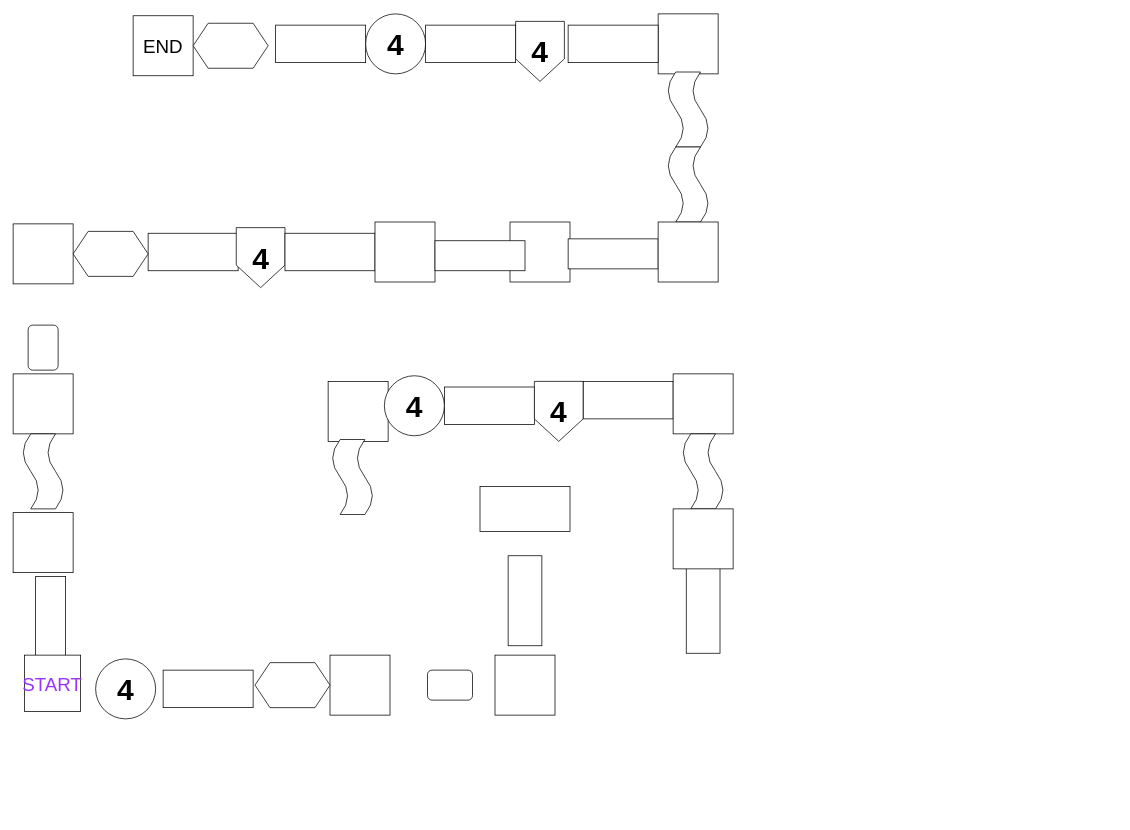
The draw.io diagram Level Design/Level_4.drawio in CrystalxBlade/Sky-Ball, before the edit. Source tidied: cells renumbered, new cells numbered last; positions are measured from the earlier drawing's top-left corner, leaving out a move shared by most shapes. Both pictures are drawn from the tidied source at 75%, with x=0, y=0 at pixel (5, 14).
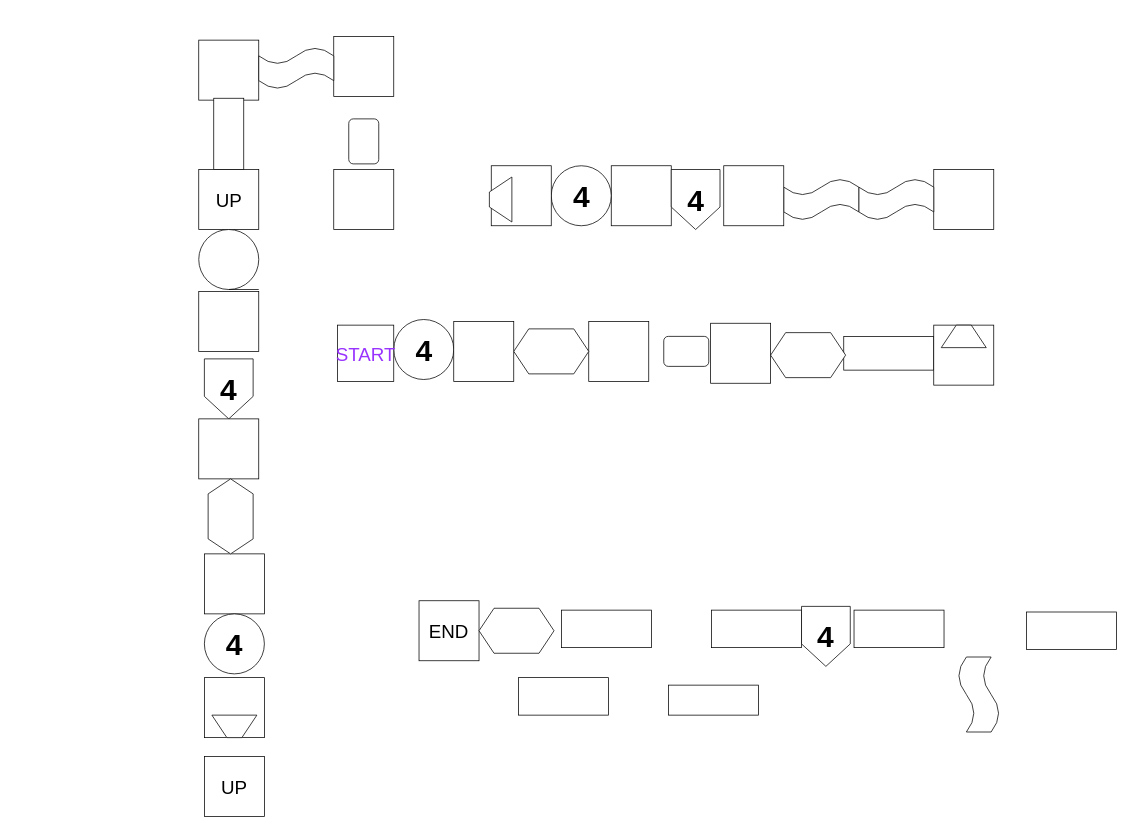
The same diagram, later.

The edit, as a diff of the source:
```diff
@@
-    <mxCell id="2" style="rounded=0;whiteSpace=wrap;html=1;fillColor=light-dark(#FFFFFF,#FFCC99);" parent="1" vertex="1">
-      <mxGeometry x="632.5" y="630" width="120" height="60" as="geometry" />
-    </mxCell>
-    <mxCell id="3" style="rounded=0;whiteSpace=wrap;html=1;fillColor=light-dark(#FFFFFF,#CCCCCC);rotation=90;" parent="1" vertex="1">
-      <mxGeometry x="632.5" y="760" width="120" height="45" as="geometry" />
+    <mxCell id="3" style="rounded=0;whiteSpace=wrap;html=1;fillColor=light-dark(#FFFFFF,#CCCCCC);rotation=0;" parent="1" vertex="1">
+      <mxGeometry x="1117.5" y="430" width="120" height="45" as="geometry" />
     </mxCell>
-    <mxCell id="4" style="rounded=0;whiteSpace=wrap;html=1;fillColor=light-dark(#FFFFFF,#FFCC99);" parent="1" vertex="1">
-      <mxGeometry x="585" y="497.5" width="120" height="50" as="geometry" />
-    </mxCell>
     <mxCell id="5" style="whiteSpace=wrap;html=1;fillColor=light-dark(#FFFFFF,#FFCC99);" parent="1" vertex="1">
-      <mxGeometry x="430" y="490" width="80" height="80" as="geometry" />
+      <mxGeometry x="807.5" y="202.5" width="80" height="80" as="geometry" />
     </mxCell>
     <mxCell id="6" style="rounded=0;whiteSpace=wrap;html=1;fillColor=light-dark(#FFFFFF,#FFCC99);" parent="1" vertex="1">
-      <mxGeometry x="770" y="490" width="120" height="50" as="geometry" />
+      <mxGeometry x="1361.2" y="797.5" width="120" height="50" as="geometry" />
     </mxCell>
     <mxCell id="7" style="whiteSpace=wrap;html=1;fillColor=light-dark(#FFFFFF,#FFCC99);" parent="1" vertex="1">
-      <mxGeometry x="890" y="480" width="80" height="80" as="geometry" />
+      <mxGeometry x="1237.5" y="207.5" width="80" height="80" as="geometry" />
     </mxCell>
-    <mxCell id="8" style="rounded=0;whiteSpace=wrap;html=1;fillColor=light-dark(#FFFFFF,#CCCCCC);rotation=90;" parent="1" vertex="1">
-      <mxGeometry x="870" y="770" width="120" height="45" as="geometry" />
-    </mxCell>
     <mxCell id="9" value="&lt;h1&gt;4&lt;/h1&gt;" style="shape=offPageConnector;whiteSpace=wrap;html=1;fillColor=light-dark(#FFFFFF,#4D4D4D);fontSize=20;" parent="1" vertex="1">
-      <mxGeometry x="705" y="490" width="65" height="80" as="geometry" />
+      <mxGeometry x="887.5" y="207.5" width="65" height="80" as="geometry" />
     </mxCell>
     <mxCell id="10" style="whiteSpace=wrap;html=1;fillColor=light-dark(#FFFFFF,#FFCC99);" parent="1" vertex="1">
-      <mxGeometry x="432.5" y="855" width="80" height="80" as="geometry" />
+      <mxGeometry x="777.5" y="410" width="80" height="80" as="geometry" />
     </mxCell>
-    <mxCell id="11" style="rounded=0;whiteSpace=wrap;html=1;fillColor=light-dark(#FFFFFF,#FFCC99);" parent="1" vertex="1">
-      <mxGeometry x="210" y="875" width="120" height="50" as="geometry" />
-    </mxCell>
     <mxCell id="12" value="4" style="ellipse;whiteSpace=wrap;html=1;fillColor=light-dark(#FFFFFF,#CCCCFF);fontSize=40;fontStyle=1;fontColor=light-dark(#000000,#B266FF);labelBorderColor=none;" parent="1" vertex="1">
-      <mxGeometry x="120" y="860" width="80" height="80" as="geometry" />
+      <mxGeometry x="517.5" y="407.5" width="80" height="80" as="geometry" />
     </mxCell>
-    <mxCell id="13" style="rounded=0;whiteSpace=wrap;html=1;fillColor=light-dark(#FFFFFF,#CCCCCC);rotation=-90;" parent="1" vertex="1">
-      <mxGeometry y="790" width="120" height="40" as="geometry" />
-    </mxCell>
     <mxCell id="14" value="&lt;span style=&quot;color: rgb(153, 51, 255); font-size: 25px;&quot;&gt;START&lt;/span&gt;" style="whiteSpace=wrap;html=1;fillColor=light-dark(#FFFFFF,#FFCC99);" parent="1" vertex="1">
-      <mxGeometry x="25" y="855" width="75" height="75" as="geometry" />
+      <mxGeometry x="442.5" y="415" width="75" height="75" as="geometry" />
     </mxCell>
     <mxCell id="15" style="whiteSpace=wrap;html=1;fillColor=light-dark(#FFFFFF,#FFCC99);" parent="1" vertex="1">
-      <mxGeometry x="10" y="665" width="80" height="80" as="geometry" />
+      <mxGeometry x="437.5" y="207.5" width="80" height="80" as="geometry" />
     </mxCell>
-    <mxCell id="16" style="shape=tape;whiteSpace=wrap;html=1;rotation=90;fillColor=light-dark(#FFFFFF,#FF9933);" parent="1" vertex="1">
-      <mxGeometry x="412.5" y="590" width="100" height="55" as="geometry" />
+    <mxCell id="16" style="shape=tape;whiteSpace=wrap;html=1;rotation=0;fillColor=light-dark(#FFFFFF,#FF9933);" parent="1" vertex="1">
+      <mxGeometry x="1137.5" y="220" width="100" height="55" as="geometry" />
     </mxCell>
     <mxCell id="17" style="whiteSpace=wrap;html=1;fillColor=light-dark(#FFFFFF,#FFCC99);" parent="1" vertex="1">
-      <mxGeometry x="10" y="480" width="80" height="80" as="geometry" />
+      <mxGeometry x="437.5" y="30" width="80" height="80" as="geometry" />
     </mxCell>
     <mxCell id="18" style="rounded=1;whiteSpace=wrap;html=1;fillColor=light-dark(#FFFFFF,#FF99CC);rotation=-180;" parent="1" vertex="1">
-      <mxGeometry x="30" y="415" width="40" height="60" as="geometry" />
+      <mxGeometry x="457.5" y="140" width="40" height="60" as="geometry" />
     </mxCell>
     <mxCell id="19" style="whiteSpace=wrap;html=1;fillColor=light-dark(#FFFFFF,#FFCC99);" parent="1" vertex="1">
-      <mxGeometry x="10" y="280" width="80" height="80" as="geometry" />
+      <mxGeometry x="257.5" y="35" width="80" height="80" as="geometry" />
     </mxCell>
-    <mxCell id="20" style="shape=tape;whiteSpace=wrap;html=1;rotation=90;fillColor=light-dark(#FFFFFF,#FF9933);" parent="1" vertex="1">
-      <mxGeometry y="582.5" width="100" height="55" as="geometry" />
+    <mxCell id="20" style="shape=tape;whiteSpace=wrap;html=1;rotation=0;fillColor=light-dark(#FFFFFF,#FF9933);" parent="1" vertex="1">
+      <mxGeometry x="337.5" y="45" width="100" height="55" as="geometry" />
     </mxCell>
-    <mxCell id="21" style="rounded=0;whiteSpace=wrap;html=1;fillColor=light-dark(#FFFFFF,#FFCC99);" parent="1" vertex="1">
-      <mxGeometry x="190" y="292.5" width="120" height="50" as="geometry" />
-    </mxCell>
     <mxCell id="22" value="&lt;h1&gt;4&lt;/h1&gt;" style="shape=offPageConnector;whiteSpace=wrap;html=1;fillColor=light-dark(#FFFFFF,#4D4D4D);fontSize=20;" parent="1" vertex="1">
-      <mxGeometry x="307.5" y="285" width="65" height="80" as="geometry" />
+      <mxGeometry x="265" y="460" width="65" height="80" as="geometry" />
     </mxCell>
     <mxCell id="23" style="rounded=0;whiteSpace=wrap;html=1;fillColor=light-dark(#FFFFFF,#FFCC99);" parent="1" vertex="1">
-      <mxGeometry x="372.5" y="292.5" width="120" height="50" as="geometry" />
+      <mxGeometry x="683.8" y="885" width="120" height="50" as="geometry" />
     </mxCell>
     <mxCell id="24" style="whiteSpace=wrap;html=1;fillColor=light-dark(#FFFFFF,#FFCC99);" parent="1" vertex="1">
-      <mxGeometry x="492.5" y="277.5" width="80" height="80" as="geometry" />
+      <mxGeometry x="265" y="885" width="80" height="80" as="geometry" />
     </mxCell>
-    <mxCell id="25" style="whiteSpace=wrap;html=1;fillColor=light-dark(#FFFFFF,#FFCC99);" parent="1" vertex="1">
-      <mxGeometry x="672.5" y="277.5" width="80" height="80" as="geometry" />
+    <mxCell id="25" value="UP" style="whiteSpace=wrap;html=1;fillColor=light-dark(#FFFFFF,#FFCC99);fontSize=25;fontColor=light-dark(#000000,#6666FF);" parent="1" vertex="1">
+      <mxGeometry x="257.5" y="207.5" width="80" height="80" as="geometry" />
     </mxCell>
-    <mxCell id="26" style="rounded=0;whiteSpace=wrap;html=1;fillColor=light-dark(#FFFFFF,#CCCCCC);rotation=-180;" parent="1" vertex="1">
-      <mxGeometry x="750" y="300" width="120" height="40" as="geometry" />
+    <mxCell id="26" style="rounded=0;whiteSpace=wrap;html=1;fillColor=light-dark(#FFFFFF,#CCCCCC);rotation=90;" parent="1" vertex="1">
+      <mxGeometry x="250" y="140" width="95" height="40" as="geometry" />
     </mxCell>
     <mxCell id="27" style="whiteSpace=wrap;html=1;fillColor=light-dark(#FFFFFF,#FFCC99);" parent="1" vertex="1">
-      <mxGeometry x="870" width="80" height="80" as="geometry" />
+      <mxGeometry x="265" y="720" width="80" height="80" as="geometry" />
     </mxCell>
     <mxCell id="28" style="rounded=0;whiteSpace=wrap;html=1;fillColor=light-dark(#FFFFFF,#FFCC99);" parent="1" vertex="1">
-      <mxGeometry x="750" y="15" width="120" height="50" as="geometry" />
+      <mxGeometry x="1131.2" y="795" width="120" height="50" as="geometry" />
     </mxCell>
     <mxCell id="29" value="&lt;h1&gt;4&lt;/h1&gt;" style="shape=offPageConnector;whiteSpace=wrap;html=1;fillColor=light-dark(#FFFFFF,#4D4D4D);fontSize=20;" parent="1" vertex="1">
-      <mxGeometry x="680" y="10" width="65" height="80" as="geometry" />
+      <mxGeometry x="1061.2" y="790" width="65" height="80" as="geometry" />
     </mxCell>
     <mxCell id="30" value="4" style="ellipse;whiteSpace=wrap;html=1;fillColor=light-dark(#FFFFFF,#CCCCFF);fontSize=40;fontStyle=1;fontColor=light-dark(#000000,#B266FF);labelBorderColor=none;" parent="1" vertex="1">
-      <mxGeometry x="480" width="80" height="80" as="geometry" />
+      <mxGeometry x="265" y="800" width="80" height="80" as="geometry" />
     </mxCell>
     <mxCell id="31" style="rounded=0;whiteSpace=wrap;html=1;fillColor=light-dark(#FFFFFF,#FFCC99);" parent="1" vertex="1">
-      <mxGeometry x="560" y="15" width="120" height="50" as="geometry" />
+      <mxGeometry x="941.2" y="795" width="120" height="50" as="geometry" />
     </mxCell>
     <mxCell id="32" style="rounded=0;whiteSpace=wrap;html=1;fillColor=light-dark(#FFFFFF,#FFCC99);" parent="1" vertex="1">
-      <mxGeometry x="360" y="15" width="120" height="50" as="geometry" />
+      <mxGeometry x="741.2" y="795" width="120" height="50" as="geometry" />
     </mxCell>
     <mxCell id="33" value="&lt;font style=&quot;font-size: 25px; color: light-dark(rgb(0, 0, 0), rgb(153, 51, 255));&quot;&gt;END&lt;/font&gt;" style="rounded=0;whiteSpace=wrap;html=1;fillColor=light-dark(#FFFFFF,#FFCC99);" parent="1" vertex="1">
-      <mxGeometry x="170" y="2.5" width="80" height="80" as="geometry" />
+      <mxGeometry x="551.2" y="782.5" width="80" height="80" as="geometry" />
     </mxCell>
     <mxCell id="34" style="shape=hexagon;perimeter=hexagonPerimeter2;whiteSpace=wrap;html=1;fixedSize=1;fillColor=light-dark(#FFFFFF,#66FFB3);" parent="1" vertex="1">
-      <mxGeometry x="250" y="12.5" width="100" height="60" as="geometry" />
+      <mxGeometry x="631.2" y="792.5" width="100" height="60" as="geometry" />
     </mxCell>
-    <mxCell id="35" style="shape=tape;whiteSpace=wrap;html=1;rotation=90;fillColor=light-dark(#FFFFFF,#FF9933);" parent="1" vertex="1">
-      <mxGeometry x="860" y="100" width="100" height="55" as="geometry" />
-    </mxCell>
     <mxCell id="36" style="shape=tape;whiteSpace=wrap;html=1;rotation=90;fillColor=light-dark(#FFFFFF,#FF9933);" parent="1" vertex="1">
-      <mxGeometry x="860" y="200" width="100" height="55" as="geometry" />
+      <mxGeometry x="1247.5" y="880" width="100" height="55" as="geometry" />
     </mxCell>
     <mxCell id="37" style="whiteSpace=wrap;html=1;fillColor=light-dark(#FFFFFF,#FFCC99);" parent="1" vertex="1">
-      <mxGeometry x="870" y="277.5" width="80" height="80" as="geometry" />
+      <mxGeometry x="257.5" y="540" width="80" height="80" as="geometry" />
     </mxCell>
-    <mxCell id="38" style="shape=hexagon;perimeter=hexagonPerimeter2;whiteSpace=wrap;html=1;fixedSize=1;fillColor=light-dark(#FFFFFF,#66FFB3);" parent="1" vertex="1">
-      <mxGeometry x="90" y="290" width="100" height="60" as="geometry" />
+    <mxCell id="38" style="shape=hexagon;perimeter=hexagonPerimeter2;whiteSpace=wrap;html=1;fixedSize=1;fillColor=light-dark(#FFFFFF,#66FFB3);rotation=90;" parent="1" vertex="1">
+      <mxGeometry x="250" y="640" width="100" height="60" as="geometry" />
     </mxCell>
     <mxCell id="39" style="shape=hexagon;perimeter=hexagonPerimeter2;whiteSpace=wrap;html=1;fixedSize=1;fillColor=light-dark(#FFFFFF,#66FFB3);" parent="1" vertex="1">
-      <mxGeometry x="332.5" y="865" width="100" height="60" as="geometry" />
+      <mxGeometry x="677.5" y="420" width="100" height="60" as="geometry" />
     </mxCell>
     <mxCell id="40" style="whiteSpace=wrap;html=1;fillColor=light-dark(#FFFFFF,#FFCC99);" parent="1" vertex="1">
-      <mxGeometry x="652.5" y="855" width="80" height="80" as="geometry" />
+      <mxGeometry x="940" y="412.5" width="80" height="80" as="geometry" />
     </mxCell>
     <mxCell id="41" style="rounded=1;whiteSpace=wrap;html=1;fillColor=light-dark(#FFFFFF,#FF99CC);rotation=90;" parent="1" vertex="1">
-      <mxGeometry x="572.5" y="865" width="40" height="60" as="geometry" />
+      <mxGeometry x="887.5" y="420" width="40" height="60" as="geometry" />
     </mxCell>
-    <mxCell id="42" style="shape=tape;whiteSpace=wrap;html=1;rotation=90;fillColor=light-dark(#FFFFFF,#FF9933);" parent="1" vertex="1">
-      <mxGeometry x="880" y="582.5" width="100" height="55" as="geometry" />
-    </mxCell>
     <mxCell id="43" style="whiteSpace=wrap;html=1;fillColor=light-dark(#FFFFFF,#FFCC99);" parent="1" vertex="1">
-      <mxGeometry x="890" y="660" width="80" height="80" as="geometry" />
+      <mxGeometry x="1237.5" y="415" width="80" height="80" as="geometry" />
     </mxCell>
     <mxCell id="44" value="4" style="ellipse;whiteSpace=wrap;html=1;fillColor=light-dark(#FFFFFF,#CCCCFF);fontSize=40;fontStyle=1;fontColor=light-dark(#000000,#B266FF);labelBorderColor=none;" parent="1" vertex="1">
-      <mxGeometry x="505" y="482.5" width="80" height="80" as="geometry" />
+      <mxGeometry x="727.5" y="202.5" width="80" height="80" as="geometry" />
     </mxCell>
     <mxCell id="45" style="rounded=0;whiteSpace=wrap;html=1;fillColor=light-dark(#FFFFFF,#CCCCCC);rotation=-180;" parent="1" vertex="1">
-      <mxGeometry x="572.5" y="302.5" width="120" height="40" as="geometry" />
+      <mxGeometry x="883.8" y="895" width="120" height="40" as="geometry" />
     </mxCell>
+    <mxCell id="46" style="shape=hexagon;perimeter=hexagonPerimeter2;whiteSpace=wrap;html=1;fixedSize=1;fillColor=light-dark(#FFFFFF,#66FFB3);" parent="1" vertex="1">
+      <mxGeometry x="1020" y="425" width="100" height="60" as="geometry" />
+    </mxCell>
+    <mxCell id="47" style="shape=trapezoid;perimeter=trapezoidPerimeter;whiteSpace=wrap;html=1;fixedSize=1;fillColor=light-dark(#FFFFFF,#66B2FF);" parent="1" vertex="1">
+      <mxGeometry x="1247.5" y="415" width="60" height="30" as="geometry" />
+    </mxCell>
+    <mxCell id="48" style="shape=tape;whiteSpace=wrap;html=1;rotation=0;fillColor=light-dark(#FFFFFF,#FF9933);" parent="1" vertex="1">
+      <mxGeometry x="1037.5" y="220" width="100" height="55" as="geometry" />
+    </mxCell>
+    <mxCell id="49" style="whiteSpace=wrap;html=1;fillColor=light-dark(#FFFFFF,#FFCC99);" parent="1" vertex="1">
+      <mxGeometry x="957.5" y="202.5" width="80" height="80" as="geometry" />
+    </mxCell>
+    <mxCell id="50" style="whiteSpace=wrap;html=1;fillColor=light-dark(#FFFFFF,#FFCC99);" parent="1" vertex="1">
+      <mxGeometry x="647.5" y="202.5" width="80" height="80" as="geometry" />
+    </mxCell>
+    <mxCell id="51" style="whiteSpace=wrap;html=1;fillColor=light-dark(#FFFFFF,#FFCC99);" parent="1" vertex="1">
+      <mxGeometry x="597.5" y="410" width="80" height="80" as="geometry" />
+    </mxCell>
+    <mxCell id="52" style="shape=trapezoid;perimeter=trapezoidPerimeter;whiteSpace=wrap;html=1;fixedSize=1;fillColor=light-dark(#FFFFFF,#66B2FF);rotation=-90;" parent="1" vertex="1">
+      <mxGeometry x="630" y="232.5" width="60" height="30" as="geometry" />
+    </mxCell>
+    <mxCell id="53" style="whiteSpace=wrap;html=1;fillColor=light-dark(#FFFFFF,#FFCC99);" parent="1" vertex="1">
+      <mxGeometry x="257.5" y="370" width="80" height="80" as="geometry" />
+    </mxCell>
+    <mxCell id="54" style="shape=trapezoid;perimeter=trapezoidPerimeter;whiteSpace=wrap;html=1;fixedSize=1;fillColor=light-dark(#FFFFFF,#66B2FF);rotation=-180;" parent="1" vertex="1">
+      <mxGeometry x="275" y="935" width="60" height="30" as="geometry" />
+    </mxCell>
+    <mxCell id="55" style="shape=tapeData;whiteSpace=wrap;html=1;perimeter=ellipsePerimeter;fontColor=light-dark(#000000,#999999);strokeColor=light-dark(#000000,#808080);fillColor=light-dark(#FFFFFF,#808080);" parent="1" vertex="1">
+      <mxGeometry x="257.5" y="287.5" width="80" height="80" as="geometry" />
+    </mxCell>
+    <mxCell id="56" value="UP" style="whiteSpace=wrap;html=1;fillColor=light-dark(#FFFFFF,#FFCC99);fontSize=25;fontColor=light-dark(#000000,#6666FF);" parent="1" vertex="1">
+      <mxGeometry x="265" y="990" width="80" height="80" as="geometry" />
+    </mxCell>
```
